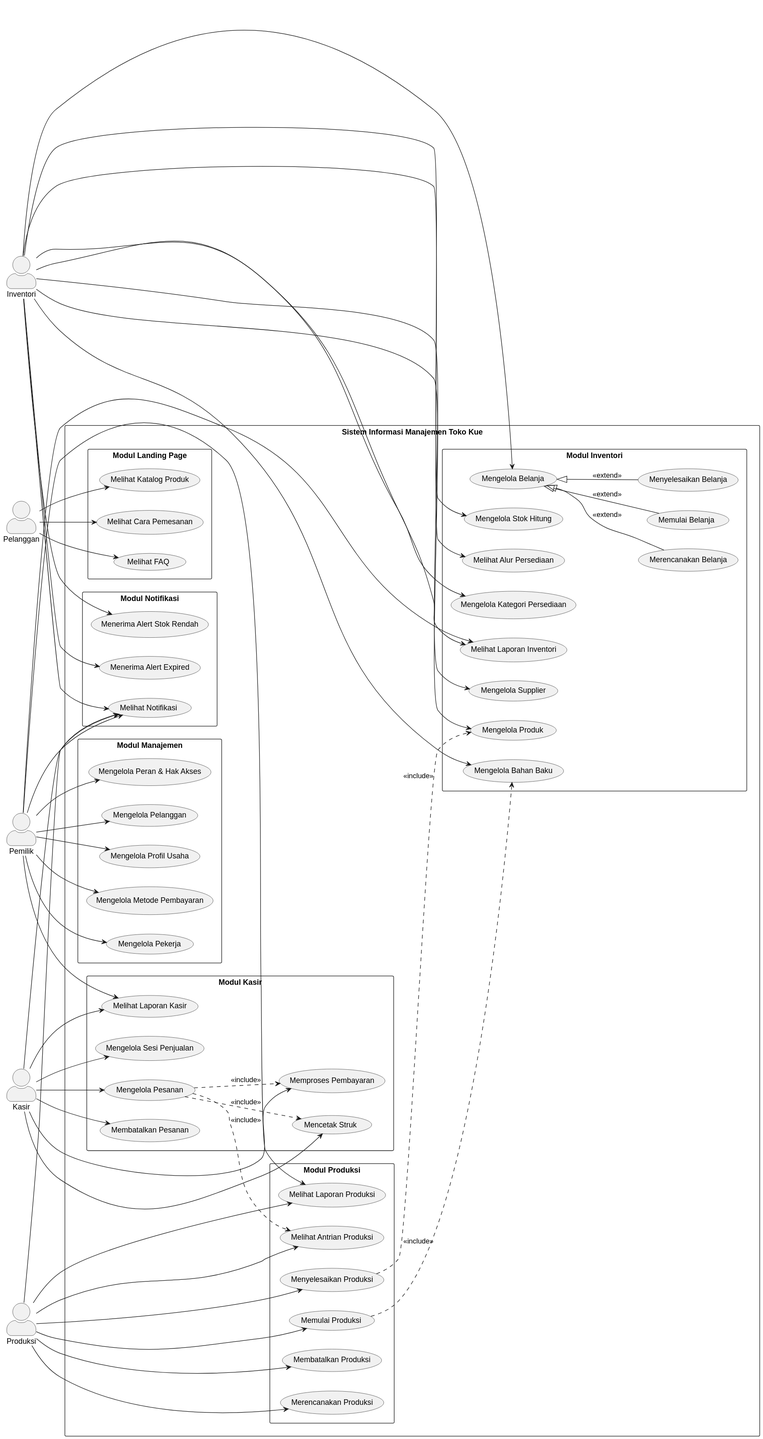
The PlantUML diagram docs/diagrams/svg/Use Case Diagram - Sistem Manajemen Toko Kue.svg in pawon3d/pawon3d, before a commit.
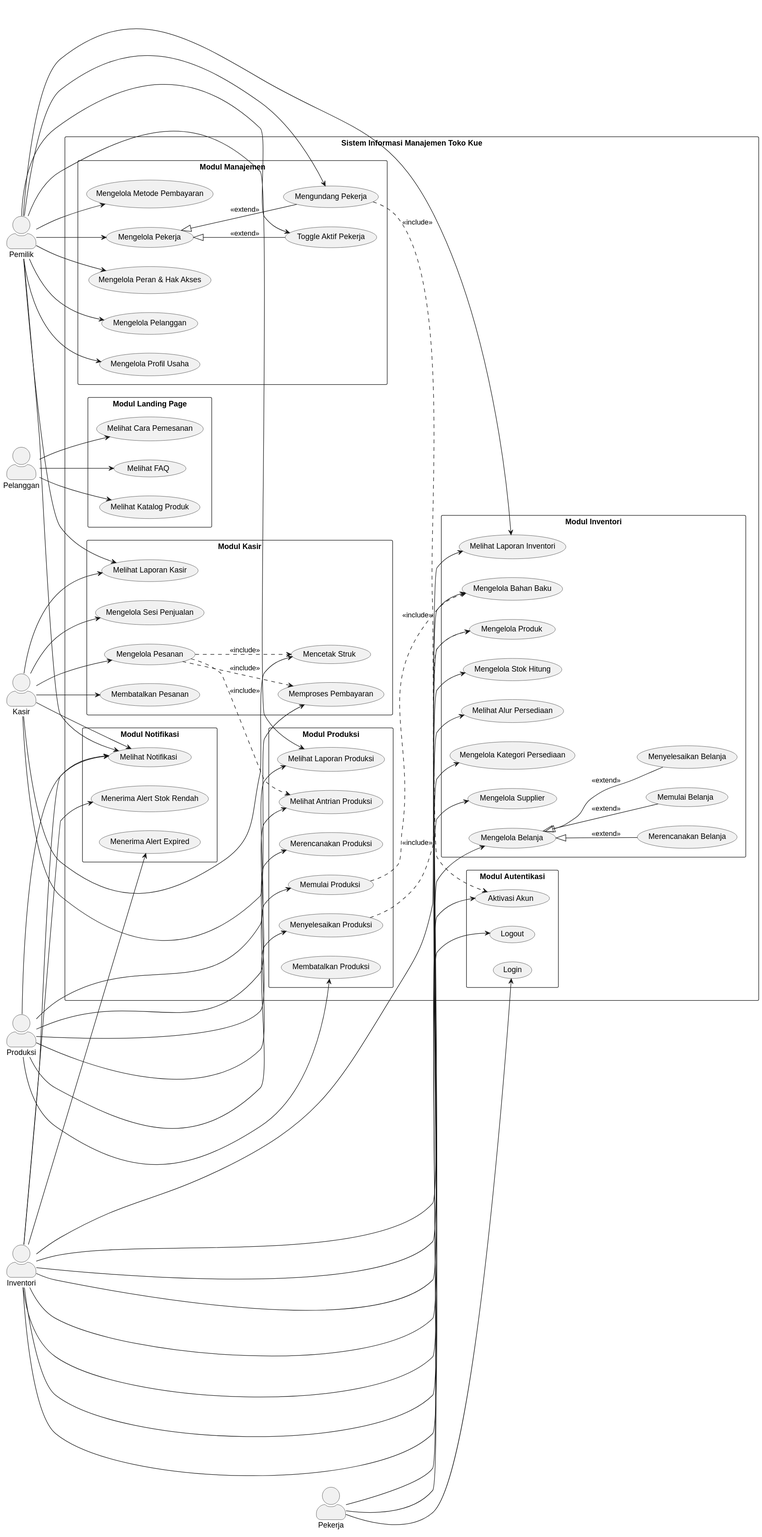
The same file after the commit.

The edit, as a diff of the source:
```diff
@@ -45,10 +45,18 @@
 
     package "Modul Manajemen" {
         usecase "Mengelola Pekerja" as UC_WORKER
+        usecase "Mengundang Pekerja" as UC_INVITE
+        usecase "Toggle Aktif Pekerja" as UC_TOGGLE_ACTIVE
         usecase "Mengelola Peran & Hak Akses" as UC_ROLE
         usecase "Mengelola Pelanggan" as UC_CUSTOMER
         usecase "Mengelola Profil Usaha" as UC_STORE_PROFILE
         usecase "Mengelola Metode Pembayaran" as UC_PAYMENT_METHOD
+    }
+
+    package "Modul Autentikasi" {
+        usecase "Login" as UC_LOGIN
+        usecase "Aktivasi Akun" as UC_ACTIVATE
+        usecase "Logout" as UC_LOGOUT
     }
 
     package "Modul Notifikasi" {
@@ -65,10 +73,17 @@
 }
 
 
+actor "Pekerja" as worker
+worker --> UC_ACTIVATE
+worker --> UC_LOGIN
+worker --> UC_LOGOUT
+
 owner --> UC_REPORT_CASHIER
 owner --> UC_REPORT_PROD
 owner --> UC_REPORT_INV
 owner --> UC_WORKER
+owner --> UC_INVITE
+owner --> UC_TOGGLE_ACTIVE
 owner --> UC_ROLE
 owner --> UC_CUSTOMER
 owner --> UC_STORE_PROFILE
@@ -108,6 +123,9 @@
 customer --> UC_FAQ
 
 
+UC_WORKER <|-- UC_INVITE : <<extend>>
+UC_WORKER <|-- UC_TOGGLE_ACTIVE : <<extend>>
+
 UC_EXPENSE <|-- UC_PLAN_EXP : <<extend>>
 UC_EXPENSE <|-- UC_START_EXP : <<extend>>
 UC_EXPENSE <|-- UC_FINISH_EXP : <<extend>>
@@ -117,4 +135,5 @@
 UC_ORDER ..> UC_QUEUE_PROD : <<include>>
 UC_START_PROD ..> UC_MATERIAL : <<include>>
 UC_FINISH_PROD ..> UC_PRODUCT : <<include>>
+UC_INVITE ..> UC_ACTIVATE : <<include>>
 @enduml
```
